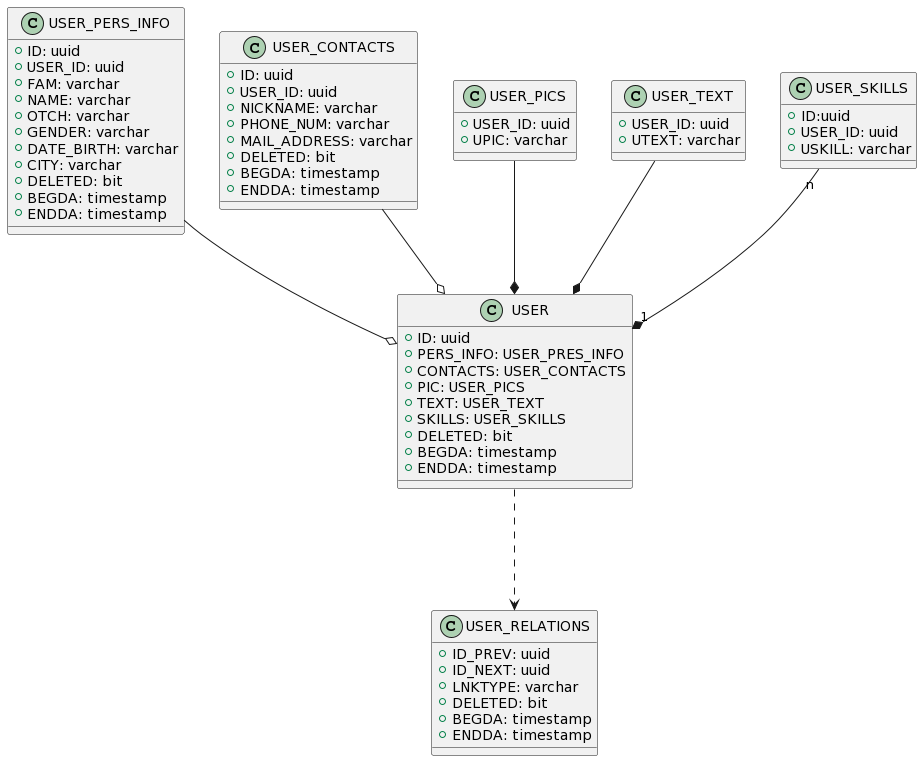
This is uml_classes.png from AnastasiaZudina/microserv_alfa_campus, a PlantUML export, as it was before one commit.
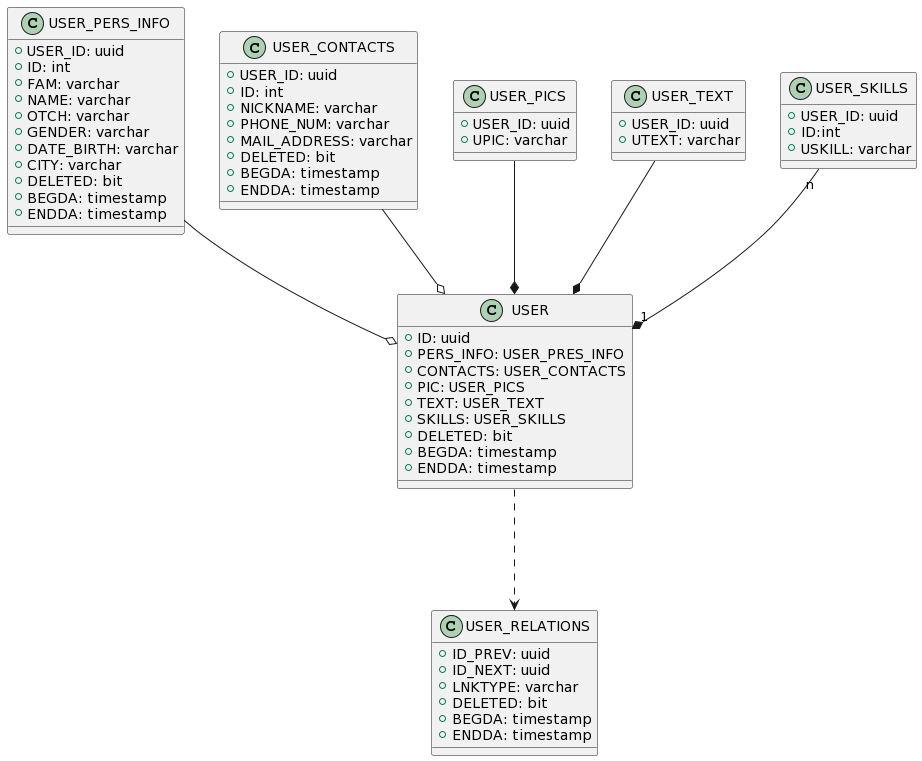
Later version of the same file.

What changed in the source:
```diff
@@ -21,8 +21,8 @@
 }
 
 class USER_PERS_INFO {
-  +ID: uuid
   +USER_ID: uuid
+  +ID: int
   +FAM: varchar
   +NAME: varchar
   +OTCH: varchar
@@ -36,8 +36,8 @@
 }
 
 class USER_CONTACTS {
-  +ID: uuid
   +USER_ID: uuid
+  +ID: int
   +NICKNAME: varchar
   +PHONE_NUM: varchar
   +MAIL_ADDRESS: varchar
@@ -59,8 +59,8 @@
 }
 
 class USER_SKILLS{
-  +ID:uuid
   +USER_ID: uuid
+  +ID:int
   +USKILL: varchar
 }
 
```
